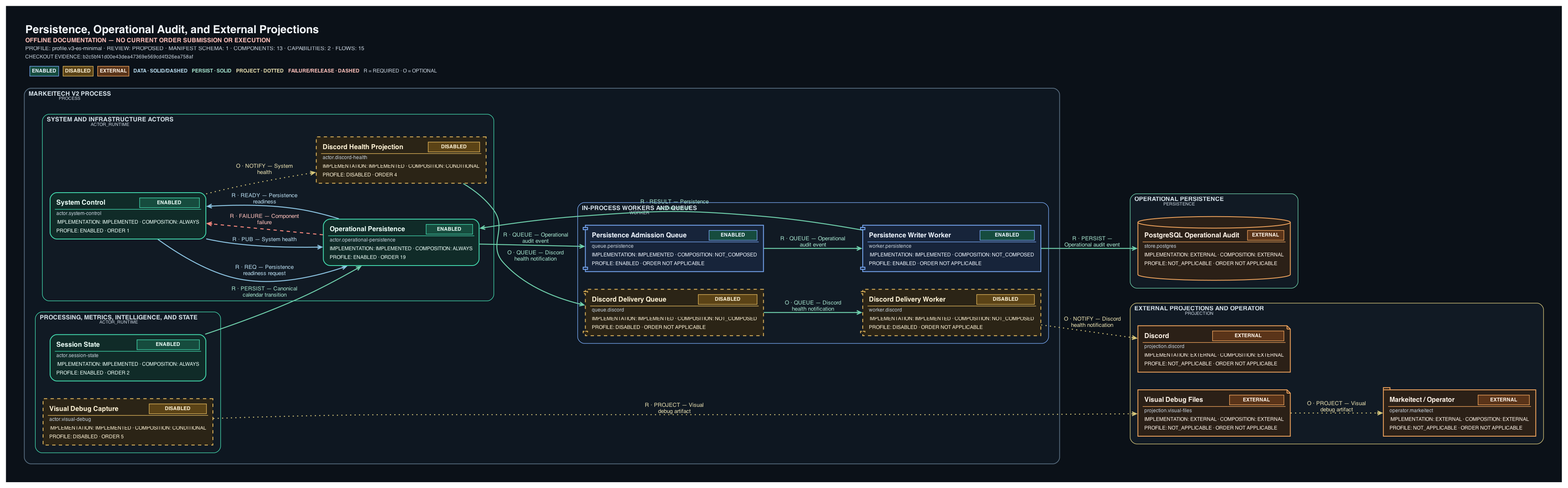
The Graphviz diagram tools/system-diagram/docs/generated/persistence-audit-projections.png in ShriekinNinja/Markeitech_V2, before a commit. Its source is kept beside it as tools/system-diagram/docs/generated/persistence-audit-projections.dot.
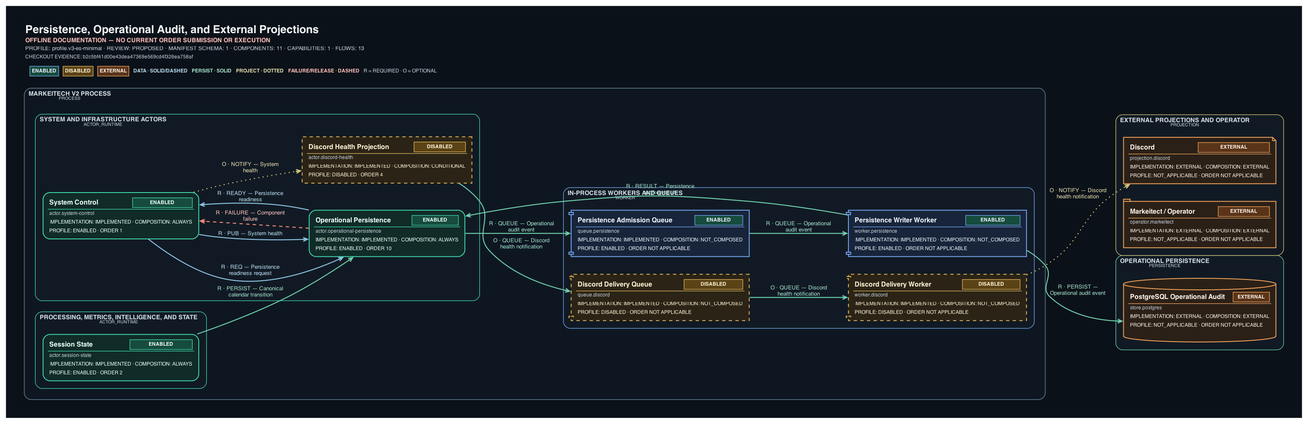
Later version of the same file.

What changed in the source:
```diff
@@ -1,5 +1,5 @@
 digraph "Persistence, Operational Audit, and External Projections" {
-	graph [bgcolor="#0B1118" fontcolor="#F2F6FA" fontname=Helvetica fontsize=18 forcelabels=true label=<<TABLE BORDER="0" CELLBORDER="0" CELLSPACING="0" CELLPADDING="2"><TR><TD ALIGN="LEFT"><FONT COLOR="#F2F6FA" POINT-SIZE="20"><B>Persistence, Operational Audit, and External Projections</B></FONT></TD></TR><TR><TD ALIGN="LEFT"><FONT COLOR="#FFC1BB" POINT-SIZE="11"><B>OFFLINE DOCUMENTATION &#8212; NO CURRENT ORDER SUBMISSION OR EXECUTION</B></FONT></TD></TR><TR><TD ALIGN="LEFT"><FONT COLOR="#C7D2DD" POINT-SIZE="10">PROFILE: profile.v3-es-minimal &#183; REVIEW: PROPOSED &#183; MANIFEST SCHEMA: 1 &#183; COMPONENTS: 13 &#183; CAPABILITIES: 2 &#183; FLOWS: 15</FONT></TD></TR><TR><TD ALIGN="LEFT"><FONT COLOR="#C7D2DD" POINT-SIZE="9">CHECKOUT EVIDENCE: b2c5bf41d00e43dea47369e569cd4f326ea758af</FONT></TD></TR><TR><TD ALIGN="LEFT"><TABLE BORDER="0" CELLBORDER="0" CELLSPACING="8" CELLPADDING="0"><TR><TD><TABLE BORDER="1" CELLBORDER="0" CELLSPACING="0" CELLPADDING="3" COLOR="#78A9F5" BGCOLOR="#164C3E"><TR><TD><FONT COLOR="#EEF5FF" POINT-SIZE="9"><B>ENABLED</B></FONT></TD></TR></TABLE></TD><TD><TABLE BORDER="1" CELLBORDER="0" CELLSPACING="0" CELLPADDING="3" COLOR="#E2B75C" BGCOLOR="#5B4316"><TR><TD><FONT COLOR="#FFF3D6" POINT-SIZE="9"><B>DISABLED</B></FONT></TD></TR></TABLE></TD><TD><TABLE BORDER="1" CELLBORDER="0" CELLSPACING="0" CELLPADDING="3" COLOR="#F0A45D" BGCOLOR="#5A3419"><TR><TD><FONT COLOR="#FFF4E8" POINT-SIZE="9"><B>EXTERNAL</B></FONT></TD></TR></TABLE></TD><TD><FONT COLOR="#B9DDF0" POINT-SIZE="9"><B>DATA · SOLID/DASHED</B></FONT></TD><TD><FONT COLOR="#A5E3CD" POINT-SIZE="9"><B>PERSIST · SOLID</B></FONT></TD><TD><FONT COLOR="#E8DFAF" POINT-SIZE="9"><B>PROJECT · DOTTED</B></FONT></TD><TD><FONT COLOR="#FFC1BB" POINT-SIZE="9"><B>FAILURE/RELEASE · DASHED</B></FONT></TD><TD><FONT COLOR="#C7D2DD" POINT-SIZE="9">R = REQUIRED &#183; O = OPTIONAL</FONT></TD></TR></TABLE></TD></TR></TABLE>> labeljust=l labelloc=t margin=0.15 nodesep=0.45 outputorder=edgesfirst overlap=false pack=true packmode="graph" pad=0.35 rankdir=LR ranksep=0.85 splines=spline]
+	graph [bgcolor="#0B1118" fontcolor="#F2F6FA" fontname=Helvetica fontsize=18 forcelabels=true label=<<TABLE BORDER="0" CELLBORDER="0" CELLSPACING="0" CELLPADDING="2"><TR><TD ALIGN="LEFT"><FONT COLOR="#F2F6FA" POINT-SIZE="20"><B>Persistence, Operational Audit, and External Projections</B></FONT></TD></TR><TR><TD ALIGN="LEFT"><FONT COLOR="#FFC1BB" POINT-SIZE="11"><B>OFFLINE DOCUMENTATION &#8212; NO CURRENT ORDER SUBMISSION OR EXECUTION</B></FONT></TD></TR><TR><TD ALIGN="LEFT"><FONT COLOR="#C7D2DD" POINT-SIZE="10">PROFILE: profile.v3-es-minimal &#183; REVIEW: PROPOSED &#183; MANIFEST SCHEMA: 1 &#183; COMPONENTS: 11 &#183; CAPABILITIES: 1 &#183; FLOWS: 13</FONT></TD></TR><TR><TD ALIGN="LEFT"><FONT COLOR="#C7D2DD" POINT-SIZE="9">CHECKOUT EVIDENCE: b2c5bf41d00e43dea47369e569cd4f326ea758af</FONT></TD></TR><TR><TD ALIGN="LEFT"><TABLE BORDER="0" CELLBORDER="0" CELLSPACING="8" CELLPADDING="0"><TR><TD><TABLE BORDER="1" CELLBORDER="0" CELLSPACING="0" CELLPADDING="3" COLOR="#78A9F5" BGCOLOR="#164C3E"><TR><TD><FONT COLOR="#EEF5FF" POINT-SIZE="9"><B>ENABLED</B></FONT></TD></TR></TABLE></TD><TD><TABLE BORDER="1" CELLBORDER="0" CELLSPACING="0" CELLPADDING="3" COLOR="#E2B75C" BGCOLOR="#5B4316"><TR><TD><FONT COLOR="#FFF3D6" POINT-SIZE="9"><B>DISABLED</B></FONT></TD></TR></TABLE></TD><TD><TABLE BORDER="1" CELLBORDER="0" CELLSPACING="0" CELLPADDING="3" COLOR="#F0A45D" BGCOLOR="#5A3419"><TR><TD><FONT COLOR="#FFF4E8" POINT-SIZE="9"><B>EXTERNAL</B></FONT></TD></TR></TABLE></TD><TD><FONT COLOR="#B9DDF0" POINT-SIZE="9"><B>DATA · SOLID/DASHED</B></FONT></TD><TD><FONT COLOR="#A5E3CD" POINT-SIZE="9"><B>PERSIST · SOLID</B></FONT></TD><TD><FONT COLOR="#E8DFAF" POINT-SIZE="9"><B>PROJECT · DOTTED</B></FONT></TD><TD><FONT COLOR="#FFC1BB" POINT-SIZE="9"><B>FAILURE/RELEASE · DASHED</B></FONT></TD><TD><FONT COLOR="#C7D2DD" POINT-SIZE="9">R = REQUIRED &#183; O = OPTIONAL</FONT></TD></TR></TABLE></TD></TR></TABLE>> labeljust=l labelloc=t margin=0.15 nodesep=0.45 outputorder=edgesfirst overlap=false pack=true packmode="graph" pad=0.35 rankdir=LR ranksep=0.85 splines=spline]
 	node [fixedsize=false fontcolor="#F4F7FA" fontname=Helvetica fontsize=10 height=0.9 imagescale=true labelloc=b margin="0.12,0.08" shape=box style=rounded width=2.2]
 	edge [arrowsize=0.8 color="#8DC5E3" fontcolor="#B9DDF0" fontname=Helvetica fontsize=9]
 	subgraph "cluster_Operational persistence" {
@@ -11,12 +11,11 @@
 		subgraph "cluster_Processing, metrics, intelligence, and state" {
 			graph [bgcolor="#111A24" color="#43D9AE" fontcolor="#D6E2EA" fontname=Helvetica fontsize=11 id="boundary.intelligence" label=<<FONT COLOR="#D6E2EA" POINT-SIZE="11"><B>PROCESSING, METRICS, INTELLIGENCE, AND STATE</B></FONT><BR ALIGN="LEFT"/><FONT COLOR="#C7D2DD" POINT-SIZE="8">ACTOR_RUNTIME</FONT>> labeljust=l margin=14 pencolor="#43D9AE" penwidth=1.0 rankdir=LR shape=box style=rounded]
 			"actor.session-state" [label=<<TABLE BORDER="0" CELLBORDER="0" CELLSPACING="0" CELLPADDING="3"><TR><TD ALIGN="LEFT"><FONT COLOR="#ECFFF8" POINT-SIZE="12"><B>Session State</B></FONT></TD><TD ALIGN="RIGHT"><TABLE BORDER="1" CELLBORDER="0" CELLSPACING="0" CELLPADDING="3" COLOR="#43D9AE" BGCOLOR="#164C3E"><TR><TD><FONT COLOR="#ECFFF8" POINT-SIZE="9"><B>ENABLED</B></FONT></TD></TR></TABLE></TD></TR><HR/><TR><TD COLSPAN="2" ALIGN="LEFT"><FONT COLOR="#C7D2DD" POINT-SIZE="9">actor.session-state</FONT></TD></TR><TR><TD COLSPAN="2" ALIGN="LEFT"><FONT COLOR="#ECFFF8" POINT-SIZE="9">IMPLEMENTATION: IMPLEMENTED &#183; COMPOSITION: ALWAYS</FONT></TD></TR><TR><TD COLSPAN="2" ALIGN="LEFT"><FONT COLOR="#ECFFF8" POINT-SIZE="9">PROFILE: ENABLED &#183; ORDER 2</FONT></TD></TR></TABLE>> color="#43D9AE" fillcolor="#102B28" fixedsize=false fontcolor="#ECFFF8" group="boundary.intelligence" height=0.82 id="actor.session-state" labelloc=c margin="0.12,0.09" penwidth=1.5 shape=box style="rounded,filled" tooltip="actor.session-state" width=2.7]
-			"actor.visual-debug" [label=<<TABLE BORDER="0" CELLBORDER="0" CELLSPACING="0" CELLPADDING="3"><TR><TD ALIGN="LEFT"><FONT COLOR="#FFF3D6" POINT-SIZE="12"><B>Visual Debug Capture</B></FONT></TD><TD ALIGN="RIGHT"><TABLE BORDER="1" CELLBORDER="0" CELLSPACING="0" CELLPADDING="3" COLOR="#E2B75C" BGCOLOR="#5B4316"><TR><TD><FONT COLOR="#FFF3D6" POINT-SIZE="9"><B>DISABLED</B></FONT></TD></TR></TABLE></TD></TR><HR/><TR><TD COLSPAN="2" ALIGN="LEFT"><FONT COLOR="#C7D2DD" POINT-SIZE="9">actor.visual-debug</FONT></TD></TR><TR><TD COLSPAN="2" ALIGN="LEFT"><FONT COLOR="#FFF3D6" POINT-SIZE="9">IMPLEMENTATION: IMPLEMENTED &#183; COMPOSITION: CONDITIONAL</FONT></TD></TR><TR><TD COLSPAN="2" ALIGN="LEFT"><FONT COLOR="#FFF3D6" POINT-SIZE="9">PROFILE: DISABLED &#183; ORDER 5</FONT></TD></TR></TABLE>> color="#E2B75C" fillcolor="#2B2416" fixedsize=false fontcolor="#FFF3D6" group="boundary.intelligence" height=0.82 id="actor.visual-debug" labelloc=c margin="0.12,0.09" penwidth=1.5 shape=box style="dashed,filled" tooltip="actor.visual-debug" width=2.7]
 		}
 		subgraph "cluster_System and infrastructure actors" {
 			graph [bgcolor="#111A24" color="#43D9AE" fontcolor="#D6E2EA" fontname=Helvetica fontsize=11 id="boundary.system" label=<<FONT COLOR="#D6E2EA" POINT-SIZE="11"><B>SYSTEM AND INFRASTRUCTURE ACTORS</B></FONT><BR ALIGN="LEFT"/><FONT COLOR="#C7D2DD" POINT-SIZE="8">ACTOR_RUNTIME</FONT>> labeljust=l margin=14 pencolor="#43D9AE" penwidth=1.0 rankdir=LR shape=box style=rounded]
 			"actor.discord-health" [label=<<TABLE BORDER="0" CELLBORDER="0" CELLSPACING="0" CELLPADDING="3"><TR><TD ALIGN="LEFT"><FONT COLOR="#FFF3D6" POINT-SIZE="12"><B>Discord Health Projection</B></FONT></TD><TD ALIGN="RIGHT"><TABLE BORDER="1" CELLBORDER="0" CELLSPACING="0" CELLPADDING="3" COLOR="#E2B75C" BGCOLOR="#5B4316"><TR><TD><FONT COLOR="#FFF3D6" POINT-SIZE="9"><B>DISABLED</B></FONT></TD></TR></TABLE></TD></TR><HR/><TR><TD COLSPAN="2" ALIGN="LEFT"><FONT COLOR="#C7D2DD" POINT-SIZE="9">actor.discord-health</FONT></TD></TR><TR><TD COLSPAN="2" ALIGN="LEFT"><FONT COLOR="#FFF3D6" POINT-SIZE="9">IMPLEMENTATION: IMPLEMENTED &#183; COMPOSITION: CONDITIONAL</FONT></TD></TR><TR><TD COLSPAN="2" ALIGN="LEFT"><FONT COLOR="#FFF3D6" POINT-SIZE="9">PROFILE: DISABLED &#183; ORDER 4</FONT></TD></TR></TABLE>> color="#E2B75C" fillcolor="#2B2416" fixedsize=false fontcolor="#FFF3D6" group="boundary.system" height=0.82 id="actor.discord-health" labelloc=c margin="0.12,0.09" penwidth=1.5 shape=box style="dashed,filled" tooltip="actor.discord-health" width=2.7]
-			"actor.operational-persistence" [label=<<TABLE BORDER="0" CELLBORDER="0" CELLSPACING="0" CELLPADDING="3"><TR><TD ALIGN="LEFT"><FONT COLOR="#ECFFF8" POINT-SIZE="12"><B>Operational Persistence</B></FONT></TD><TD ALIGN="RIGHT"><TABLE BORDER="1" CELLBORDER="0" CELLSPACING="0" CELLPADDING="3" COLOR="#43D9AE" BGCOLOR="#164C3E"><TR><TD><FONT COLOR="#ECFFF8" POINT-SIZE="9"><B>ENABLED</B></FONT></TD></TR></TABLE></TD></TR><HR/><TR><TD COLSPAN="2" ALIGN="LEFT"><FONT COLOR="#C7D2DD" POINT-SIZE="9">actor.operational-persistence</FONT></TD></TR><TR><TD COLSPAN="2" ALIGN="LEFT"><FONT COLOR="#ECFFF8" POINT-SIZE="9">IMPLEMENTATION: IMPLEMENTED &#183; COMPOSITION: ALWAYS</FONT></TD></TR><TR><TD COLSPAN="2" ALIGN="LEFT"><FONT COLOR="#ECFFF8" POINT-SIZE="9">PROFILE: ENABLED &#183; ORDER 19</FONT></TD></TR></TABLE>> color="#43D9AE" fillcolor="#102B28" fixedsize=false fontcolor="#ECFFF8" group="boundary.system" height=0.82 id="actor.operational-persistence" labelloc=c margin="0.12,0.09" penwidth=1.5 shape=box style="rounded,filled" tooltip="actor.operational-persistence" width=2.7]
+			"actor.operational-persistence" [label=<<TABLE BORDER="0" CELLBORDER="0" CELLSPACING="0" CELLPADDING="3"><TR><TD ALIGN="LEFT"><FONT COLOR="#ECFFF8" POINT-SIZE="12"><B>Operational Persistence</B></FONT></TD><TD ALIGN="RIGHT"><TABLE BORDER="1" CELLBORDER="0" CELLSPACING="0" CELLPADDING="3" COLOR="#43D9AE" BGCOLOR="#164C3E"><TR><TD><FONT COLOR="#ECFFF8" POINT-SIZE="9"><B>ENABLED</B></FONT></TD></TR></TABLE></TD></TR><HR/><TR><TD COLSPAN="2" ALIGN="LEFT"><FONT COLOR="#C7D2DD" POINT-SIZE="9">actor.operational-persistence</FONT></TD></TR><TR><TD COLSPAN="2" ALIGN="LEFT"><FONT COLOR="#ECFFF8" POINT-SIZE="9">IMPLEMENTATION: IMPLEMENTED &#183; COMPOSITION: ALWAYS</FONT></TD></TR><TR><TD COLSPAN="2" ALIGN="LEFT"><FONT COLOR="#ECFFF8" POINT-SIZE="9">PROFILE: ENABLED &#183; ORDER 10</FONT></TD></TR></TABLE>> color="#43D9AE" fillcolor="#102B28" fixedsize=false fontcolor="#ECFFF8" group="boundary.system" height=0.82 id="actor.operational-persistence" labelloc=c margin="0.12,0.09" penwidth=1.5 shape=box style="rounded,filled" tooltip="actor.operational-persistence" width=2.7]
 			"actor.system-control" [label=<<TABLE BORDER="0" CELLBORDER="0" CELLSPACING="0" CELLPADDING="3"><TR><TD ALIGN="LEFT"><FONT COLOR="#ECFFF8" POINT-SIZE="12"><B>System Control</B></FONT></TD><TD ALIGN="RIGHT"><TABLE BORDER="1" CELLBORDER="0" CELLSPACING="0" CELLPADDING="3" COLOR="#43D9AE" BGCOLOR="#164C3E"><TR><TD><FONT COLOR="#ECFFF8" POINT-SIZE="9"><B>ENABLED</B></FONT></TD></TR></TABLE></TD></TR><HR/><TR><TD COLSPAN="2" ALIGN="LEFT"><FONT COLOR="#C7D2DD" POINT-SIZE="9">actor.system-control</FONT></TD></TR><TR><TD COLSPAN="2" ALIGN="LEFT"><FONT COLOR="#ECFFF8" POINT-SIZE="9">IMPLEMENTATION: IMPLEMENTED &#183; COMPOSITION: ALWAYS</FONT></TD></TR><TR><TD COLSPAN="2" ALIGN="LEFT"><FONT COLOR="#ECFFF8" POINT-SIZE="9">PROFILE: ENABLED &#183; ORDER 1</FONT></TD></TR></TABLE>> color="#43D9AE" fillcolor="#102B28" fixedsize=false fontcolor="#ECFFF8" group="boundary.system" height=0.82 id="actor.system-control" labelloc=c margin="0.12,0.09" penwidth=1.5 shape=box style="rounded,filled" tooltip="actor.system-control" width=2.7]
 		}
 		subgraph "cluster_In-process workers and queues" {
@@ -31,7 +30,6 @@
 		graph [bgcolor="#111A24" color="#D7C77B" fontcolor="#D6E2EA" fontname=Helvetica fontsize=11 id="boundary.projections" label=<<FONT COLOR="#D6E2EA" POINT-SIZE="11"><B>EXTERNAL PROJECTIONS AND OPERATOR</B></FONT><BR ALIGN="LEFT"/><FONT COLOR="#C7D2DD" POINT-SIZE="8">PROJECTION</FONT>> labeljust=l margin=14 pencolor="#D7C77B" penwidth=1.0 rankdir=LR shape=box style=rounded]
 		"operator.markeitect" [label=<<TABLE BORDER="0" CELLBORDER="0" CELLSPACING="0" CELLPADDING="3"><TR><TD ALIGN="LEFT"><FONT COLOR="#FFF4E8" POINT-SIZE="12"><B>Markeitect / Operator</B></FONT></TD><TD ALIGN="RIGHT"><TABLE BORDER="1" CELLBORDER="0" CELLSPACING="0" CELLPADDING="3" COLOR="#F0A45D" BGCOLOR="#5A3419"><TR><TD><FONT COLOR="#FFF4E8" POINT-SIZE="9"><B>EXTERNAL</B></FONT></TD></TR></TABLE></TD></TR><HR/><TR><TD COLSPAN="2" ALIGN="LEFT"><FONT COLOR="#C7D2DD" POINT-SIZE="9">operator.markeitect</FONT></TD></TR><TR><TD COLSPAN="2" ALIGN="LEFT"><FONT COLOR="#FFF4E8" POINT-SIZE="9">IMPLEMENTATION: EXTERNAL &#183; COMPOSITION: EXTERNAL</FONT></TD></TR><TR><TD COLSPAN="2" ALIGN="LEFT"><FONT COLOR="#FFF4E8" POINT-SIZE="9">PROFILE: NOT_APPLICABLE &#183; ORDER NOT APPLICABLE</FONT></TD></TR></TABLE>> color="#F0A45D" fillcolor="#2B2017" fixedsize=false fontcolor="#FFF4E8" group="boundary.projections" height=0.82 id="operator.markeitect" labelloc=c margin="0.12,0.09" penwidth=1.5 shape=tab style="rounded,filled" tooltip="operator.markeitect" width=2.7]
 		"projection.discord" [label=<<TABLE BORDER="0" CELLBORDER="0" CELLSPACING="0" CELLPADDING="3"><TR><TD ALIGN="LEFT"><FONT COLOR="#FFF4E8" POINT-SIZE="12"><B>Discord</B></FONT></TD><TD ALIGN="RIGHT"><TABLE BORDER="1" CELLBORDER="0" CELLSPACING="0" CELLPADDING="3" COLOR="#F0A45D" BGCOLOR="#5A3419"><TR><TD><FONT COLOR="#FFF4E8" POINT-SIZE="9"><B>EXTERNAL</B></FONT></TD></TR></TABLE></TD></TR><HR/><TR><TD COLSPAN="2" ALIGN="LEFT"><FONT COLOR="#C7D2DD" POINT-SIZE="9">projection.discord</FONT></TD></TR><TR><TD COLSPAN="2" ALIGN="LEFT"><FONT COLOR="#FFF4E8" POINT-SIZE="9">IMPLEMENTATION: EXTERNAL &#183; COMPOSITION: EXTERNAL</FONT></TD></TR><TR><TD COLSPAN="2" ALIGN="LEFT"><FONT COLOR="#FFF4E8" POINT-SIZE="9">PROFILE: NOT_APPLICABLE &#183; ORDER NOT APPLICABLE</FONT></TD></TR></TABLE>> color="#F0A45D" fillcolor="#2B2017" fixedsize=false fontcolor="#FFF4E8" group="boundary.projections" height=0.82 id="projection.discord" labelloc=c margin="0.12,0.09" penwidth=1.5 shape=note style="rounded,filled" tooltip="projection.discord" width=2.7]
-		"projection.visual-files" [label=<<TABLE BORDER="0" CELLBORDER="0" CELLSPACING="0" CELLPADDING="3"><TR><TD ALIGN="LEFT"><FONT COLOR="#FFF4E8" POINT-SIZE="12"><B>Visual Debug Files</B></FONT></TD><TD ALIGN="RIGHT"><TABLE BORDER="1" CELLBORDER="0" CELLSPACING="0" CELLPADDING="3" COLOR="#F0A45D" BGCOLOR="#5A3419"><TR><TD><FONT COLOR="#FFF4E8" POINT-SIZE="9"><B>EXTERNAL</B></FONT></TD></TR></TABLE></TD></TR><HR/><TR><TD COLSPAN="2" ALIGN="LEFT"><FONT COLOR="#C7D2DD" POINT-SIZE="9">projection.visual-files</FONT></TD></TR><TR><TD COLSPAN="2" ALIGN="LEFT"><FONT COLOR="#FFF4E8" POINT-SIZE="9">IMPLEMENTATION: EXTERNAL &#183; COMPOSITION: EXTERNAL</FONT></TD></TR><TR><TD COLSPAN="2" ALIGN="LEFT"><FONT COLOR="#FFF4E8" POINT-SIZE="9">PROFILE: NOT_APPLICABLE &#183; ORDER NOT APPLICABLE</FONT></TD></TR></TABLE>> color="#F0A45D" fillcolor="#2B2017" fixedsize=false fontcolor="#FFF4E8" group="boundary.projections" height=0.82 id="projection.visual-files" labelloc=c margin="0.12,0.09" penwidth=1.5 shape=note style="rounded,filled" tooltip="projection.visual-files" width=2.7]
 	}
 	"actor.session-state" -> "actor.operational-persistence" [label=<<font point-size="10">R · PERSIST — Canonical<br/>calendar transition</font>> arrowhead=vee color="#6FD0AC" dir=forward fontcolor="#A5E3CD" fontname="Sans-Serif" fontsize=13 id="edge.calendar-transition-persistence" penwidth=1.7 style=solid tooltip="edge.calendar-transition-persistence"]
 	"worker.discord" -> "projection.discord" [label=<<font point-size="10">O · NOTIFY — Discord<br/>health notification</font>> arrowhead=vee color="#D7C77B" dir=forward fontcolor="#E8DFAF" fontname="Sans-Serif" fontsize=13 id="edge.discord-external" penwidth=1.7 style=dotted tooltip="edge.discord-external"]
@@ -44,8 +42,6 @@
 	"queue.persistence" -> "worker.persistence" [label=<<font point-size="10">R · QUEUE — Operational<br/>audit event</font>> arrowhead=vee color="#6FD0AC" dir=forward fontcolor="#A5E3CD" fontname="Sans-Serif" fontsize=13 id="edge.queue-worker" penwidth=1.7 style=solid tooltip="edge.queue-worker"]
 	"actor.system-control" -> "actor.discord-health" [label=<<font point-size="10">O · NOTIFY — System<br/>health</font>> arrowhead=vee color="#D7C77B" dir=forward fontcolor="#E8DFAF" fontname="Sans-Serif" fontsize=13 id="edge.system-health-discord" penwidth=1.7 style=dotted tooltip="edge.system-health-discord"]
 	"actor.system-control" -> "actor.operational-persistence" [label=<<font point-size="10">R · PUB — System health</font>> arrowhead=vee color="#8DC5E3" dir=forward fontcolor="#B9DDF0" fontname="Sans-Serif" fontsize=13 id="edge.system-health-persistence" penwidth=1.7 style=solid tooltip="edge.system-health-persistence"]
-	"actor.visual-debug" -> "projection.visual-files" [label=<<font point-size="10">R · PROJECT — Visual<br/>debug artifact</font>> arrowhead=vee color="#D7C77B" dir=forward fontcolor="#E8DFAF" fontname="Sans-Serif" fontsize=13 id="edge.visual-files" penwidth=1.7 style=dotted tooltip="edge.visual-files"]
-	"projection.visual-files" -> "operator.markeitect" [label=<<font point-size="10">O · PROJECT — Visual<br/>debug artifact</font>> arrowhead=vee color="#D7C77B" dir=forward fontcolor="#E8DFAF" fontname="Sans-Serif" fontsize=13 id="edge.visual-review" penwidth=1.7 style=dotted tooltip="edge.visual-review"]
 	"worker.persistence" -> "store.postgres" [label=<<font point-size="10">R · PERSIST —<br/>Operational audit event</font>> arrowhead=vee color="#6FD0AC" dir=forward fontcolor="#A5E3CD" fontname="Sans-Serif" fontsize=13 id="edge.worker-postgres" penwidth=1.7 style=solid tooltip="edge.worker-postgres"]
 	"worker.persistence" -> "actor.operational-persistence" [label=<<font point-size="10">R · RESULT — Persistence<br/>worker result</font>> arrowhead=vee color="#6FD0AC" dir=forward fontcolor="#A5E3CD" fontname="Sans-Serif" fontsize=13 id="edge.worker-result" penwidth=1.7 style=solid tooltip="edge.worker-result"]
 }
```
